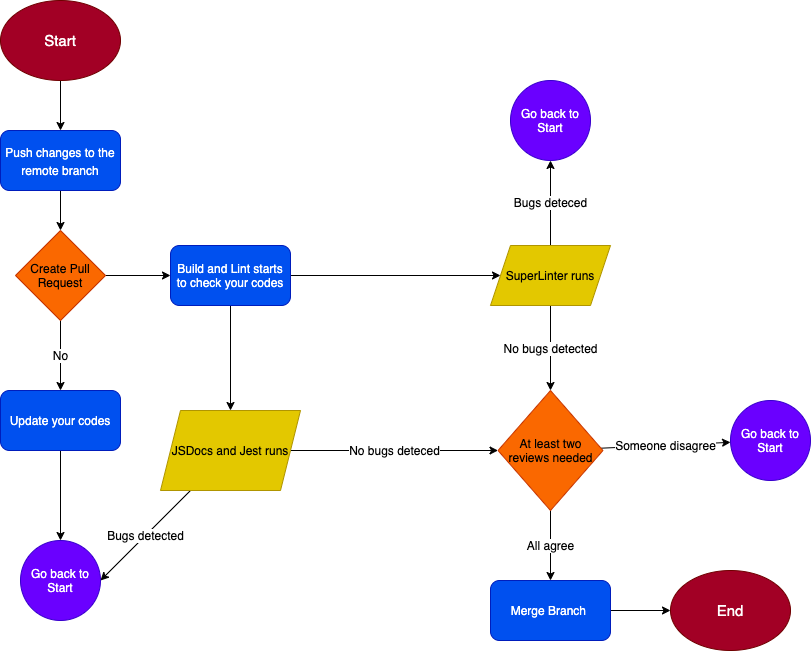
This is admin/pipeline/phase1.drawio.png from cse110-fa22-group10/cse110-fa22-group10, a draw.io export, as it was before one commit. Source tidied: cells renumbered, new cells last; positions are measured from the earlier drawing's top-left corner, leaving out a move shared by most shapes. Source of this version:
```xml
<mxGraphModel>
  <root>
    <mxCell id="0" />
    <mxCell id="1" parent="0" />
    <mxCell id="2" style="edgeStyle=none;html=1;fontSize=15;" parent="1" edge="1" source="3" target="5">
      <mxGeometry relative="1" as="geometry" />
    </mxCell>
    <mxCell id="3" value="Start" style="ellipse;whiteSpace=wrap;html=1;fillColor=#a20025;fontColor=#ffffff;strokeColor=#6F0000;fontSize=15;" parent="1" vertex="1">
      <mxGeometry width="120" height="80" as="geometry" />
    </mxCell>
    <mxCell id="4" style="edgeStyle=none;html=1;fontSize=12;" parent="1" edge="1" source="5" target="8">
      <mxGeometry relative="1" as="geometry" />
    </mxCell>
    <mxCell id="5" value="&lt;span style=&quot;font-size: 12px&quot;&gt;Push changes to the remote branch&lt;/span&gt;" style="rounded=1;whiteSpace=wrap;html=1;fontSize=15;fillColor=#0050ef;fontColor=#ffffff;strokeColor=#001DBC;" parent="1" vertex="1">
      <mxGeometry y="130" width="120" height="60" as="geometry" />
    </mxCell>
    <mxCell id="6" value="No" style="edgeStyle=none;html=1;fontSize=12;" parent="1" edge="1" source="8" target="10">
      <mxGeometry relative="1" as="geometry" />
    </mxCell>
    <mxCell id="7" style="edgeStyle=none;html=1;fontSize=12;" parent="1" edge="1" source="8" target="13">
      <mxGeometry relative="1" as="geometry" />
    </mxCell>
    <mxCell id="8" value="Create Pull Request" style="rhombus;whiteSpace=wrap;html=1;fontSize=12;fillColor=#fa6800;fontColor=#000000;strokeColor=#C73500;" parent="1" vertex="1">
      <mxGeometry x="15" y="230" width="90" height="90" as="geometry" />
    </mxCell>
    <mxCell id="9" style="edgeStyle=none;html=1;fontSize=12;" parent="1" edge="1" source="10" target="26">
      <mxGeometry relative="1" as="geometry" />
    </mxCell>
    <mxCell id="10" value="Update your codes" style="rounded=1;whiteSpace=wrap;html=1;fontSize=12;fillColor=#0050ef;fontColor=#ffffff;strokeColor=#001DBC;" parent="1" vertex="1">
      <mxGeometry y="390" width="120" height="60" as="geometry" />
    </mxCell>
    <mxCell id="11" style="edgeStyle=none;html=1;fontSize=12;" parent="1" edge="1" source="13" target="16">
      <mxGeometry relative="1" as="geometry" />
    </mxCell>
    <mxCell id="12" style="edgeStyle=none;html=1;fontSize=12;" parent="1" edge="1" source="13" target="19">
      <mxGeometry relative="1" as="geometry" />
    </mxCell>
    <mxCell id="13" value="Build and Lint starts to check your codes" style="rounded=1;whiteSpace=wrap;html=1;fontSize=12;fillColor=#0050ef;fontColor=#ffffff;strokeColor=#001DBC;" parent="1" vertex="1">
      <mxGeometry x="170" y="245" width="120" height="60" as="geometry" />
    </mxCell>
    <mxCell id="14" value="No bugs detected" style="edgeStyle=none;html=1;fontSize=12;" parent="1" edge="1" source="16" target="22">
      <mxGeometry relative="1" as="geometry" />
    </mxCell>
    <mxCell id="15" value="Bugs deteced" style="edgeStyle=none;html=1;fontSize=12;" parent="1" edge="1" source="16" target="27">
      <mxGeometry relative="1" as="geometry" />
    </mxCell>
    <mxCell id="16" value="SuperLinter runs" style="shape=parallelogram;perimeter=parallelogramPerimeter;whiteSpace=wrap;html=1;fixedSize=1;fontSize=12;fillColor=#e3c800;fontColor=#000000;strokeColor=#B09500;" parent="1" vertex="1">
      <mxGeometry x="490" y="245" width="120" height="60" as="geometry" />
    </mxCell>
    <mxCell id="17" value="No bugs deteced" style="edgeStyle=none;html=1;fontSize=12;" parent="1" edge="1" source="19" target="22">
      <mxGeometry relative="1" as="geometry" />
    </mxCell>
    <mxCell id="18" value="Bugs detected" style="edgeStyle=none;html=1;entryX=1;entryY=0.5;entryDx=0;entryDy=0;fontSize=12;" parent="1" edge="1" source="19" target="26">
      <mxGeometry relative="1" as="geometry" />
    </mxCell>
    <mxCell id="19" value="JSDocs and Jest runs" style="shape=parallelogram;perimeter=parallelogramPerimeter;whiteSpace=wrap;html=1;fixedSize=1;fontSize=12;fillColor=#e3c800;fontColor=#000000;strokeColor=#B09500;" parent="1" vertex="1">
      <mxGeometry x="160" y="410" width="140" height="80" as="geometry" />
    </mxCell>
    <mxCell id="20" value="All agree" style="edgeStyle=none;html=1;fontSize=12;" parent="1" edge="1" source="22" target="24">
      <mxGeometry relative="1" as="geometry" />
    </mxCell>
    <mxCell id="21" value="Someone disagree" style="edgeStyle=none;html=1;fontSize=12;" parent="1" edge="1" source="22" target="28">
      <mxGeometry relative="1" as="geometry" />
    </mxCell>
    <mxCell id="22" value="At least two reviews needed" style="rhombus;whiteSpace=wrap;html=1;fontSize=12;fillColor=#fa6800;fontColor=#000000;strokeColor=#C73500;" parent="1" vertex="1">
      <mxGeometry x="497.5" y="390" width="105" height="120" as="geometry" />
    </mxCell>
    <mxCell id="23" style="edgeStyle=none;html=1;fontSize=12;" parent="1" edge="1" source="24">
      <mxGeometry relative="1" as="geometry">
        <mxPoint x="670" y="610" as="targetPoint" />
      </mxGeometry>
    </mxCell>
    <mxCell id="24" value="Merge Branch&amp;nbsp;" style="rounded=1;whiteSpace=wrap;html=1;fillColor=#0050ef;strokeColor=#001DBC;fontColor=#ffffff;" parent="1" vertex="1">
      <mxGeometry x="490" y="580" width="120" height="60" as="geometry" />
    </mxCell>
    <mxCell id="25" value="End" style="ellipse;whiteSpace=wrap;html=1;fillColor=#a20025;fontColor=#ffffff;strokeColor=#6F0000;fontSize=15;" parent="1" vertex="1">
      <mxGeometry x="670" y="570" width="120" height="80" as="geometry" />
    </mxCell>
    <mxCell id="26" value="Go back to Start" style="ellipse;whiteSpace=wrap;html=1;fontSize=12;fillColor=#6a00ff;fontColor=#ffffff;strokeColor=#3700CC;" parent="1" vertex="1">
      <mxGeometry x="20" y="540" width="80" height="80" as="geometry" />
    </mxCell>
    <mxCell id="27" value="Go back to Start" style="ellipse;whiteSpace=wrap;html=1;fontSize=12;fillColor=#6a00ff;fontColor=#ffffff;strokeColor=#3700CC;" parent="1" vertex="1">
      <mxGeometry x="510" y="80" width="80" height="80" as="geometry" />
    </mxCell>
    <mxCell id="28" value="Go back to Start" style="ellipse;whiteSpace=wrap;html=1;fontSize=12;fillColor=#6a00ff;fontColor=#ffffff;strokeColor=#3700CC;" parent="1" vertex="1">
      <mxGeometry x="730" y="400" width="80" height="80" as="geometry" />
    </mxCell>
  </root>
</mxGraphModel>
```
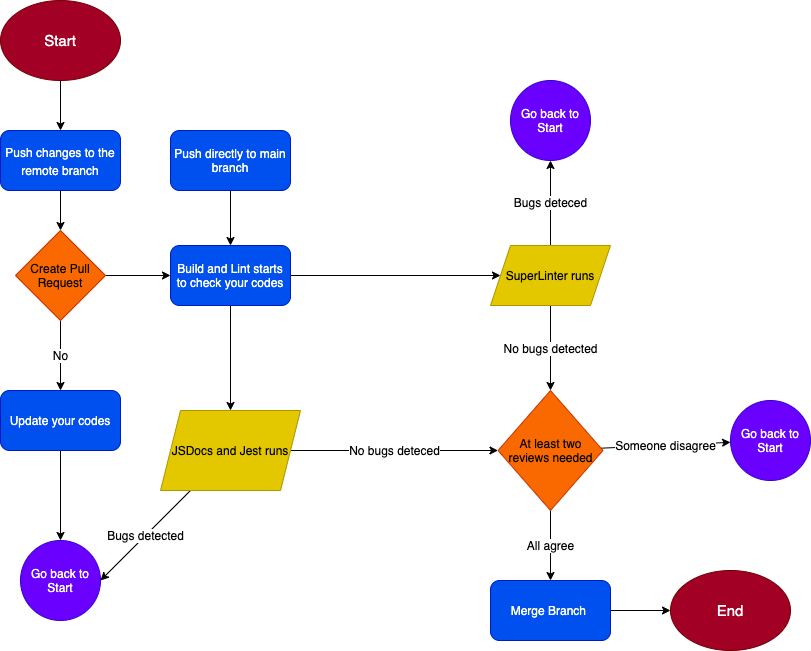
Above is the later version.

Diff of the diagram source:
```diff
@@ -85,5 +85,11 @@
     <mxCell id="28" value="Go back to Start" style="ellipse;whiteSpace=wrap;html=1;fontSize=12;fillColor=#6a00ff;fontColor=#ffffff;strokeColor=#3700CC;" parent="1" vertex="1">
       <mxGeometry x="730" y="400" width="80" height="80" as="geometry" />
     </mxCell>
+    <mxCell id="29" style="edgeStyle=none;html=1;" parent="1" edge="1" source="30" target="13">
+      <mxGeometry relative="1" as="geometry" />
+    </mxCell>
+    <mxCell id="30" value="Push directly to main branch" style="rounded=1;whiteSpace=wrap;html=1;fillColor=#0050ef;fontColor=#ffffff;strokeColor=#001DBC;" parent="1" vertex="1">
+      <mxGeometry x="170" y="130" width="120" height="60" as="geometry" />
+    </mxCell>
   </root>
 </mxGraphModel>
```
